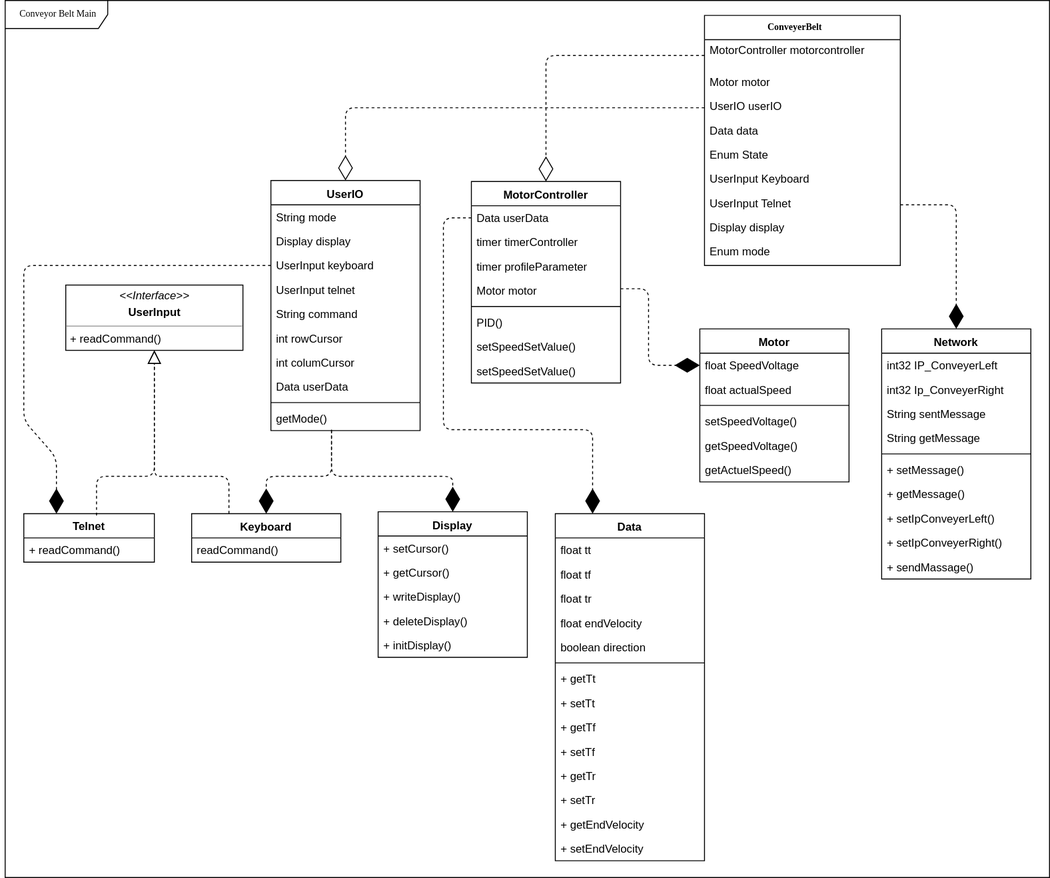
This is Documentation/UML Diagrams/classDiagram/ClassDiagram.svg from nicolai-schwartze/EBS2_Conveyer_Belt, a draw.io export, as it was before one commit. Source tidied: cells renumbered, new cells last; positions are measured from the earlier drawing's top-left corner, leaving out a move shared by most shapes.
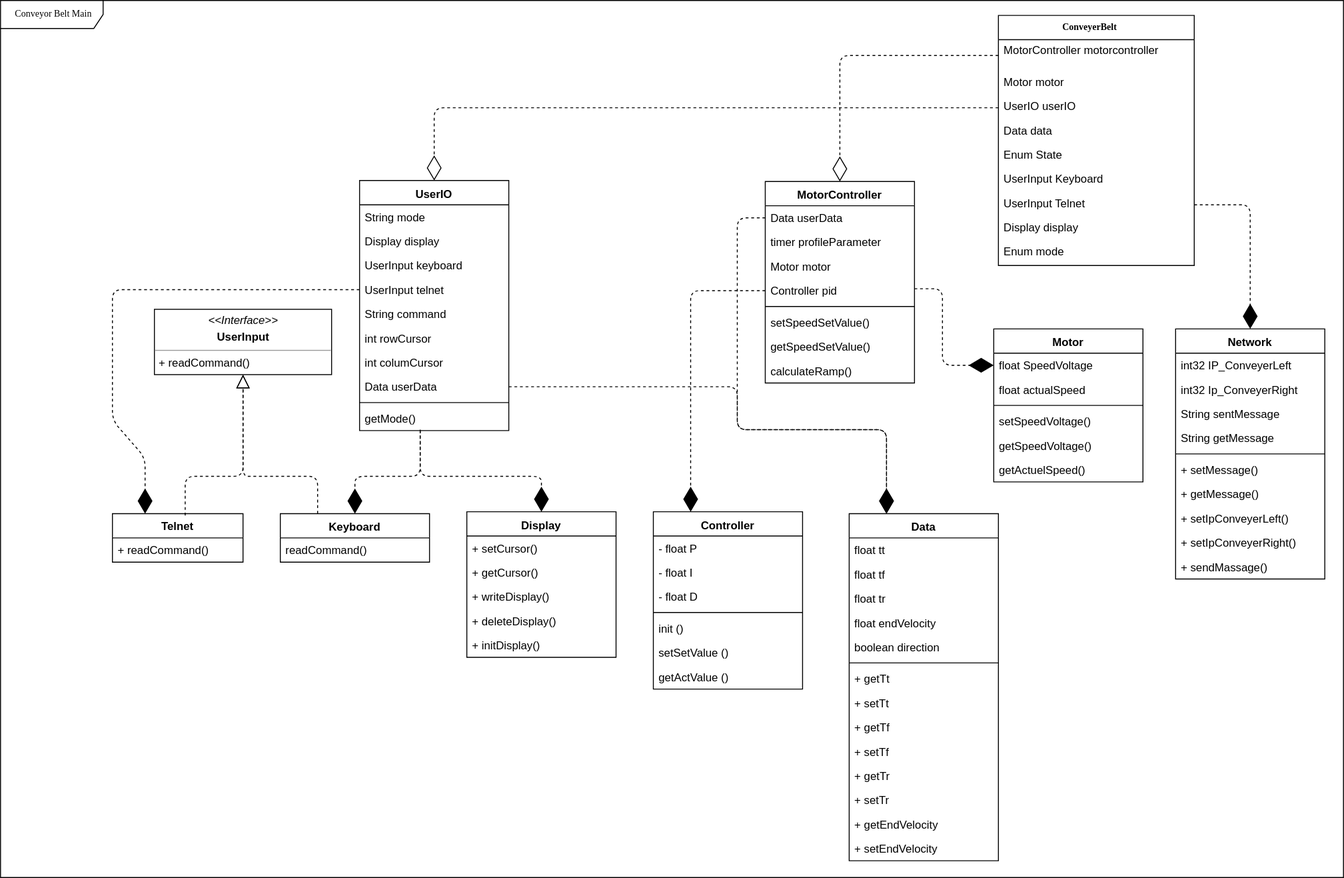
The same file after the commit.

Commit message:
PID class added

What changed in the source:
```diff
@@ -3,7 +3,7 @@
     <mxCell id="0" />
     <mxCell id="1" parent="0" />
     <mxCell id="2" value="Conveyor Belt Main" style="shape=umlFrame;whiteSpace=wrap;html=1;rounded=0;shadow=0;comic=0;labelBackgroundColor=none;strokeColor=#000000;strokeWidth=1;fillColor=#ffffff;fontFamily=Verdana;fontSize=10;fontColor=#000000;align=center;width=110;height=30;" parent="1" vertex="1">
-      <mxGeometry width="1120" height="940" as="geometry" />
+      <mxGeometry x="-320" width="1440" height="940" as="geometry" />
     </mxCell>
     <mxCell id="3" value="&lt;b&gt;ConveyerBelt&lt;/b&gt;" style="swimlane;html=1;fontStyle=0;horizontal=1;startSize=26;fillColor=none;swimlaneFillColor=#ffffff;rounded=0;shadow=0;comic=0;labelBackgroundColor=none;strokeColor=#000000;strokeWidth=1;fontFamily=Verdana;fontSize=10;fontColor=#000000;align=center;" parent="1" vertex="1">
       <mxGeometry x="750" y="16" width="210" height="268" as="geometry" />
@@ -36,7 +36,7 @@
       <mxGeometry y="242" width="210" height="26" as="geometry" />
     </mxCell>
     <mxCell id="13" value="&lt;p style=&quot;margin: 0px ; margin-top: 4px ; text-align: center&quot;&gt;&lt;i&gt;&amp;lt;&amp;lt;Interface&amp;gt;&amp;gt;&lt;/i&gt;&lt;/p&gt;&lt;p style=&quot;margin: 0px ; margin-top: 4px ; text-align: center&quot;&gt;&lt;b&gt;UserInput&lt;/b&gt;&lt;br&gt;&lt;b&gt;&lt;/b&gt;&lt;/p&gt;&lt;hr size=&quot;1&quot;&gt;&lt;p style=&quot;margin: 0px ; margin-left: 4px&quot;&gt;+ readCommand()&lt;br&gt;&lt;/p&gt;&lt;hr size=&quot;1&quot;&gt;" style="verticalAlign=top;align=left;overflow=fill;fontSize=12;fontFamily=Helvetica;html=1;rounded=0;shadow=0;comic=0;labelBackgroundColor=none;strokeColor=#000000;strokeWidth=1;fillColor=#ffffff;" parent="1" vertex="1">
-      <mxGeometry x="65" y="305" width="190" height="70" as="geometry" />
+      <mxGeometry x="-155" y="331" width="190" height="70" as="geometry" />
     </mxCell>
     <mxCell id="14" value="Motor" style="swimlane;fontStyle=1;align=center;verticalAlign=top;horizontal=1;startSize=26;" parent="1" vertex="1">
       <mxGeometry x="745" y="352" width="160" height="164" as="geometry" />
@@ -65,29 +65,29 @@
     <mxCell id="22" value="Data userData" style="text;strokeColor=none;fillColor=none;align=left;verticalAlign=top;spacingLeft=4;spacingRight=4;overflow=hidden;points=[[0,0.5],[1,0.5]];portConstraint=eastwest;" parent="21" vertex="1">
       <mxGeometry y="26" width="160" height="26" as="geometry" />
     </mxCell>
-    <mxCell id="23" value="timer timerController" style="text;strokeColor=none;fillColor=none;align=left;verticalAlign=top;spacingLeft=4;spacingRight=4;overflow=hidden;" parent="21" vertex="1">
-      <mxGeometry y="52" width="160" height="26" as="geometry" />
-    </mxCell>
     <mxCell id="24" value="timer profileParameter" style="text;strokeColor=none;fillColor=none;align=left;verticalAlign=top;spacingLeft=4;spacingRight=4;overflow=hidden;" parent="21" vertex="1">
-      <mxGeometry y="78" width="160" height="26" as="geometry" />
+      <mxGeometry y="52" width="160" height="26" as="geometry" />
     </mxCell>
     <mxCell id="25" value="Motor motor" style="text;strokeColor=none;fillColor=none;align=left;verticalAlign=top;spacingLeft=4;spacingRight=4;overflow=hidden;" parent="21" vertex="1">
-      <mxGeometry y="104" width="160" height="26" as="geometry" />
+      <mxGeometry y="78" width="160" height="26" as="geometry" />
     </mxCell>
+    <mxCell id="27" value="Controller pid" style="text;strokeColor=none;fillColor=none;align=left;verticalAlign=top;spacingLeft=4;spacingRight=4;overflow=hidden;points=[[0,0.5],[1,0.5]];portConstraint=eastwest;" parent="21" vertex="1">
+      <mxGeometry y="104" width="160" height="26" as="geometry" />
+    </mxCell>
     <mxCell id="26" style="line;strokeWidth=1;fillColor=none;align=left;verticalAlign=middle;spacingTop=-1;spacingLeft=3;spacingRight=3;labelPosition=right;" parent="21" vertex="1">
       <mxGeometry y="130" width="160" height="8" as="geometry" />
     </mxCell>
-    <mxCell id="27" value="PID()" style="text;strokeColor=none;fillColor=none;align=left;verticalAlign=top;spacingLeft=4;spacingRight=4;overflow=hidden;points=[[0,0.5],[1,0.5]];portConstraint=eastwest;" parent="21" vertex="1">
-      <mxGeometry y="138" width="160" height="26" as="geometry" />
-    </mxCell>
     <mxCell id="28" value="setSpeedSetValue()" style="text;strokeColor=none;fillColor=none;align=left;verticalAlign=top;spacingLeft=4;spacingRight=4;overflow=hidden;" parent="21" vertex="1">
-      <mxGeometry y="164" width="160" height="26" as="geometry" />
+      <mxGeometry y="138" width="160" height="26" as="geometry" />
     </mxCell>
-    <mxCell id="29" value="setSpeedSetValue()" style="text;strokeColor=none;fillColor=none;align=left;verticalAlign=top;spacingLeft=4;spacingRight=4;overflow=hidden;" parent="21" vertex="1">
-      <mxGeometry y="190" width="160" height="26" as="geometry" />
+    <mxCell id="29" value="getSpeedSetValue()" style="text;strokeColor=none;fillColor=none;align=left;verticalAlign=top;spacingLeft=4;spacingRight=4;overflow=hidden;" parent="21" vertex="1">
+      <mxGeometry y="164" width="160" height="26" as="geometry" />
     </mxCell>
+    <mxCell id="87" value="calculateRamp()" style="text;strokeColor=none;fillColor=none;align=left;verticalAlign=top;spacingLeft=4;spacingRight=4;overflow=hidden;" parent="21" vertex="1">
+      <mxGeometry y="190" width="160" height="26" as="geometry" />
+    </mxCell>
     <mxCell id="30" value="UserIO" style="swimlane;fontStyle=1;align=center;verticalAlign=top;horizontal=1;startSize=26;" parent="1" vertex="1">
-      <mxGeometry x="285" y="193" width="160" height="268" as="geometry" />
+      <mxGeometry x="65" y="193" width="160" height="268" as="geometry" />
     </mxCell>
     <mxCell id="31" value="String mode" style="text;strokeColor=none;fillColor=none;align=left;verticalAlign=top;spacingLeft=4;spacingRight=4;overflow=hidden;" parent="30" vertex="1">
       <mxGeometry y="26" width="160" height="26" as="geometry" />
@@ -120,7 +120,7 @@
       <mxGeometry y="242" width="160" height="26" as="geometry" />
     </mxCell>
     <mxCell id="41" value="Display" style="swimlane;fontStyle=1;align=center;verticalAlign=top;horizontal=1;startSize=26;" parent="1" vertex="1">
-      <mxGeometry x="400" y="548" width="160" height="156" as="geometry" />
+      <mxGeometry x="180" y="548" width="160" height="156" as="geometry" />
     </mxCell>
     <mxCell id="42" value="+ setCursor()" style="text;strokeColor=none;fillColor=none;align=left;verticalAlign=top;spacingLeft=4;spacingRight=4;overflow=hidden;" parent="41" vertex="1">
       <mxGeometry y="26" width="160" height="26" as="geometry" />
@@ -138,7 +138,7 @@
       <mxGeometry y="130" width="160" height="26" as="geometry" />
     </mxCell>
     <mxCell id="47" value="Keyboard" style="swimlane;fontStyle=1;align=center;verticalAlign=top;horizontal=1;startSize=26;" parent="1" vertex="1">
-      <mxGeometry x="200" y="550" width="160" height="52" as="geometry" />
+      <mxGeometry x="-20" y="550" width="160" height="52" as="geometry" />
     </mxCell>
     <mxCell id="48" value="readCommand()" style="text;strokeColor=none;fillColor=none;align=left;verticalAlign=top;spacingLeft=4;spacingRight=4;overflow=hidden;" parent="47" vertex="1">
       <mxGeometry y="26" width="160" height="26" as="geometry" />
@@ -222,7 +222,7 @@
       <mxGeometry y="242" width="160" height="26" as="geometry" />
     </mxCell>
     <mxCell id="75" value="Telnet" style="swimlane;fontStyle=1;horizontal=1;startSize=26;fillColor=none;" parent="1" vertex="1">
-      <mxGeometry x="20" y="550" width="140" height="52" as="geometry" />
+      <mxGeometry x="-200" y="550" width="140" height="52" as="geometry" />
     </mxCell>
     <mxCell id="76" value="+ readCommand()" style="text;strokeColor=none;fillColor=none;align=left;verticalAlign=top;spacingLeft=4;spacingRight=4;overflow=hidden;" parent="75" vertex="1">
       <mxGeometry y="26" width="140" height="26" as="geometry" />
@@ -230,44 +230,44 @@
     <mxCell id="77" style="endArrow=block;dashed=1;endFill=0;endSize=12;html=1;exitX=0.25;exitY=0;exitDx=0;exitDy=0;entryX=0.5;entryY=1;entryDx=0;entryDy=0;" parent="1" edge="1" source="47" target="13">
       <mxGeometry relative="1" as="geometry">
         <Array as="points">
-          <mxPoint x="240" y="510" />
-          <mxPoint x="180" y="510" />
-          <mxPoint x="160" y="510" />
+          <mxPoint x="20" y="510" />
+          <mxPoint x="-40" y="510" />
+          <mxPoint x="-60" y="510" />
         </Array>
       </mxGeometry>
     </mxCell>
     <mxCell id="78" style="endArrow=block;dashed=1;endFill=0;endSize=12;html=1;exitX=0.557;exitY=0.038;exitDx=0;exitDy=0;exitPerimeter=0;entryX=0.5;entryY=1;entryDx=0;entryDy=0;" parent="1" edge="1" source="75" target="13">
       <mxGeometry relative="1" as="geometry">
         <Array as="points">
-          <mxPoint x="98" y="510" />
-          <mxPoint x="160" y="510" />
+          <mxPoint x="-122" y="510" />
+          <mxPoint x="-60" y="510" />
         </Array>
       </mxGeometry>
     </mxCell>
     <mxCell id="79" style="endArrow=diamondThin;endFill=1;endSize=24;html=1;dashed=1;entryX=0.5;entryY=0;entryDx=0;entryDy=0;" parent="1" edge="1" target="47">
       <mxGeometry relative="1" as="geometry">
-        <mxPoint x="350" y="461" as="sourcePoint" />
+        <mxPoint x="130" y="461" as="sourcePoint" />
         <Array as="points">
-          <mxPoint x="350" y="510" />
-          <mxPoint x="280" y="510" />
+          <mxPoint x="130" y="510" />
+          <mxPoint x="60" y="510" />
         </Array>
       </mxGeometry>
     </mxCell>
-    <mxCell id="80" style="endArrow=diamondThin;endFill=1;endSize=24;html=1;dashed=1;entryX=0.25;entryY=0;entryDx=0;entryDy=0;exitX=0;exitY=0.5;exitDx=0;exitDy=0;" parent="1" edge="1" source="33" target="75">
+    <mxCell id="80" style="endArrow=diamondThin;endFill=1;endSize=24;html=1;dashed=1;entryX=0.25;entryY=0;entryDx=0;entryDy=0;exitX=0;exitY=0.5;exitDx=0;exitDy=0;" parent="1" edge="1" source="34" target="75">
       <mxGeometry relative="1" as="geometry">
         <Array as="points">
-          <mxPoint x="20" y="284" />
-          <mxPoint x="20" y="450" />
-          <mxPoint x="55" y="490" />
+          <mxPoint x="-200" y="310" />
+          <mxPoint x="-200" y="450" />
+          <mxPoint x="-165" y="490" />
         </Array>
       </mxGeometry>
     </mxCell>
     <mxCell id="81" style="endArrow=diamondThin;endFill=1;endSize=24;html=1;dashed=1;entryX=0.5;entryY=0;entryDx=0;entryDy=0;" parent="1" edge="1" target="41">
       <mxGeometry relative="1" as="geometry">
-        <mxPoint x="350" y="460" as="sourcePoint" />
+        <mxPoint x="130" y="460" as="sourcePoint" />
         <Array as="points">
-          <mxPoint x="350" y="510" />
-          <mxPoint x="480" y="510" />
+          <mxPoint x="130" y="510" />
+          <mxPoint x="260" y="510" />
         </Array>
       </mxGeometry>
     </mxCell>
@@ -292,7 +292,7 @@
     <mxCell id="84" style="endArrow=diamondThin;endFill=0;endSize=24;html=1;dashed=1;entryX=0.5;entryY=0;entryDx=0;entryDy=0;exitX=0;exitY=0.5;exitDx=0;exitDy=0;" parent="1" edge="1" source="6" target="30">
       <mxGeometry relative="1" as="geometry">
         <Array as="points">
-          <mxPoint x="365" y="115" />
+          <mxPoint x="145" y="115" />
         </Array>
       </mxGeometry>
     </mxCell>
@@ -310,5 +310,46 @@
         </Array>
       </mxGeometry>
     </mxCell>
+    <mxCell id="88" style="endArrow=diamondThin;endFill=1;endSize=24;html=1;dashed=1;entryX=0.25;entryY=0;entryDx=0;entryDy=0;exitX=1;exitY=0.5;exitDx=0;exitDy=0;" parent="1" edge="1" source="38" target="49">
+      <mxGeometry relative="1" as="geometry">
+        <Array as="points">
+          <mxPoint x="470" y="414" />
+          <mxPoint x="470" y="460" />
+          <mxPoint x="630" y="460" />
+        </Array>
+      </mxGeometry>
+    </mxCell>
+    <mxCell id="89" value="Controller" style="swimlane;fontStyle=1;align=center;verticalAlign=top;horizontal=1;startSize=26;" parent="1" vertex="1">
+      <mxGeometry x="380" y="548" width="160" height="190" as="geometry" />
+    </mxCell>
+    <mxCell id="90" value="- float P&#10;" style="text;strokeColor=none;fillColor=none;align=left;verticalAlign=top;spacingLeft=4;spacingRight=4;overflow=hidden;" parent="89" vertex="1">
+      <mxGeometry y="26" width="160" height="26" as="geometry" />
+    </mxCell>
+    <mxCell id="91" value="- float I" style="text;strokeColor=none;fillColor=none;align=left;verticalAlign=top;spacingLeft=4;spacingRight=4;overflow=hidden;" parent="89" vertex="1">
+      <mxGeometry y="52" width="160" height="26" as="geometry" />
+    </mxCell>
+    <mxCell id="92" value="- float D" style="text;strokeColor=none;fillColor=none;align=left;verticalAlign=top;spacingLeft=4;spacingRight=4;overflow=hidden;" parent="89" vertex="1">
+      <mxGeometry y="78" width="160" height="26" as="geometry" />
+    </mxCell>
+    <mxCell id="93" style="line;strokeWidth=1;fillColor=none;align=left;verticalAlign=middle;spacingTop=-1;spacingLeft=3;spacingRight=3;labelPosition=right;" parent="89" vertex="1">
+      <mxGeometry y="104" width="160" height="8" as="geometry" />
+    </mxCell>
+    <mxCell id="94" value="init ()" style="text;strokeColor=none;fillColor=none;align=left;verticalAlign=top;spacingLeft=4;spacingRight=4;overflow=hidden;" parent="89" vertex="1">
+      <mxGeometry y="112" width="160" height="26" as="geometry" />
+    </mxCell>
+    <mxCell id="95" value="setSetValue ()" style="text;strokeColor=none;fillColor=none;align=left;verticalAlign=top;spacingLeft=4;spacingRight=4;overflow=hidden;" parent="89" vertex="1">
+      <mxGeometry y="138" width="160" height="26" as="geometry" />
+    </mxCell>
+    <mxCell id="96" value="getActValue ()" style="text;strokeColor=none;fillColor=none;align=left;verticalAlign=top;spacingLeft=4;spacingRight=4;overflow=hidden;" parent="89" vertex="1">
+      <mxGeometry y="164" width="160" height="26" as="geometry" />
+    </mxCell>
+    <mxCell id="97" style="endArrow=diamondThin;endFill=1;endSize=24;html=1;dashed=1;entryX=0.25;entryY=0;entryDx=0;entryDy=0;exitX=0;exitY=0.5;exitDx=0;exitDy=0;" parent="1" edge="1" source="27" target="89">
+      <mxGeometry relative="1" as="geometry">
+        <Array as="points">
+          <mxPoint x="420" y="311" />
+          <mxPoint x="420" y="376" />
+        </Array>
+      </mxGeometry>
+    </mxCell>
   </root>
 </mxGraphModel>
```
